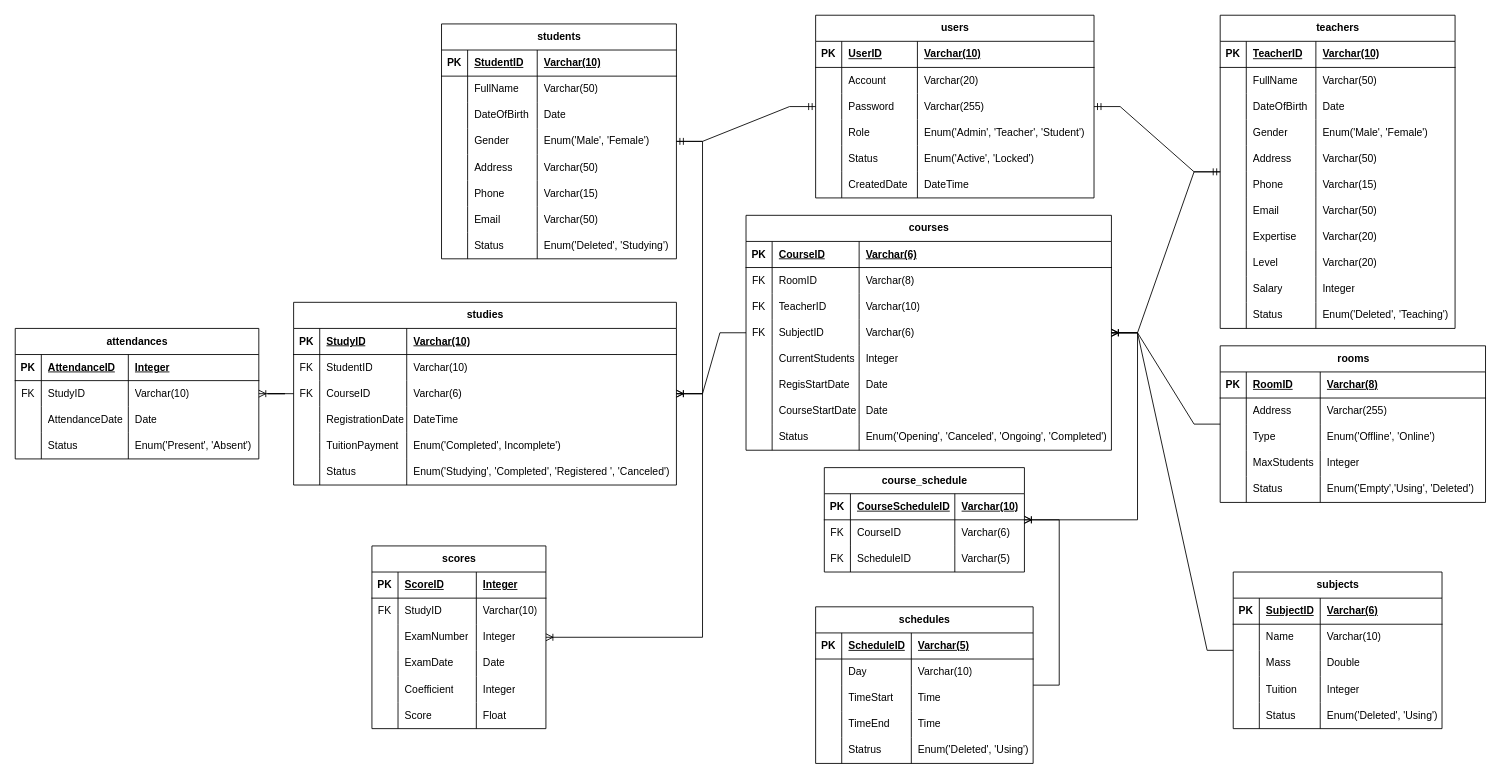
This is page "Page-4" (4 of 4) of Describe/ERD.drawio from DatNT12052003/Project-Database-Lab, a draw.io file, before an edit. Source tidied: cells renumbered, new cells numbered last; positions are measured from the earlier drawing's top-left corner, leaving out a move shared by most shapes. Both pictures are drawn from the tidied source at 87%, with x=0, y=0 at pixel (15, 15).
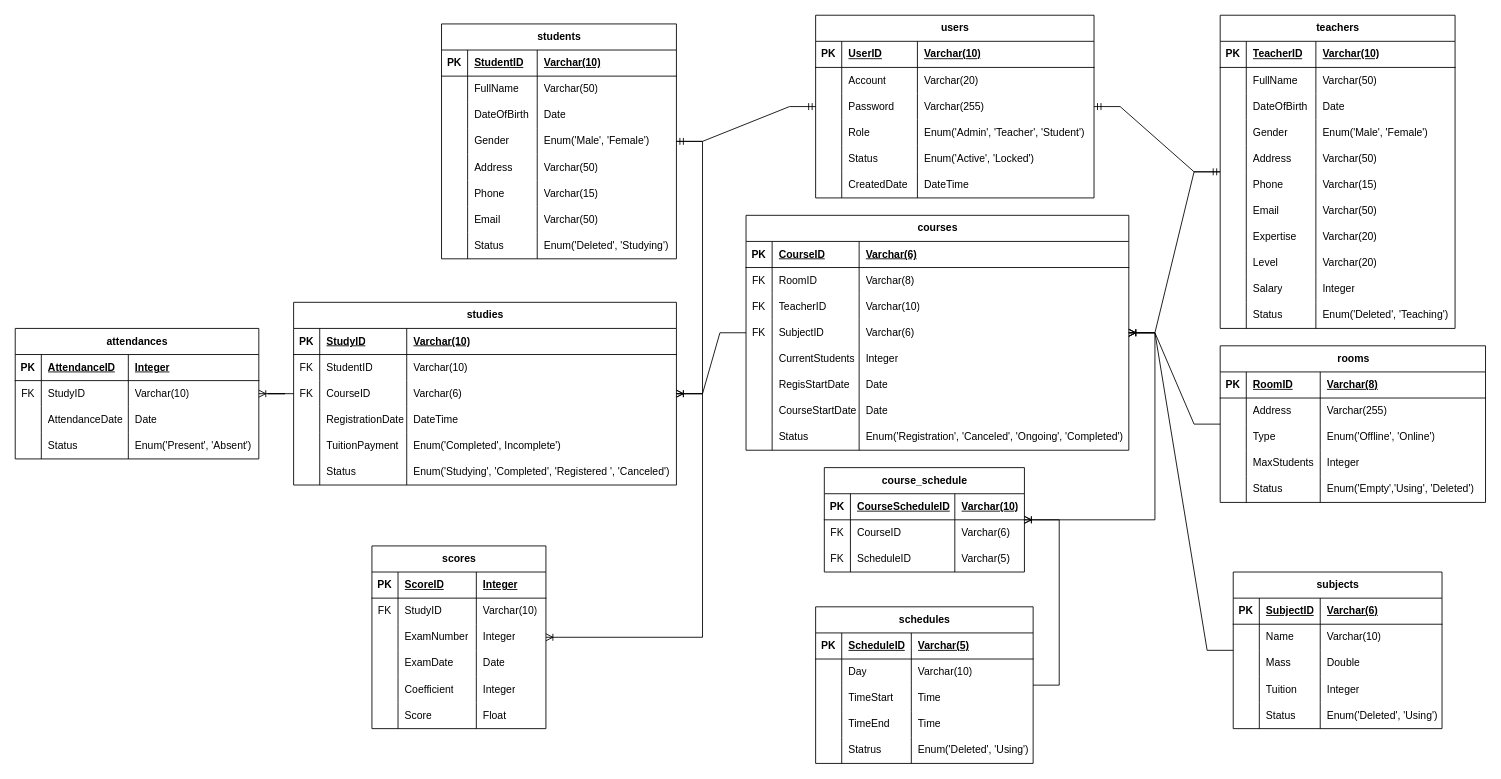
After the change.

Change to the diagram source:
```diff
@@
     <mxCell id="80" value="courses" style="shape=table;startSize=30;childLayout=tableLayout;rowLines=0;fontStyle=1;align=center;html=1;" parent="1" vertex="1">
-      <mxGeometry x="840" y="230" width="420" height="270" as="geometry" />
+      <mxGeometry x="840" y="230" width="440" height="270" as="geometry" />
     </mxCell>
     <mxCell id="81" style="shape=tableRow;horizontal=0;startSize=0;swimlaneHead=0;swimlaneBody=0;fillColor=none;top=0;left=0;right=0;bottom=1;" parent="80" vertex="1">
-      <mxGeometry y="30" width="420" height="30" as="geometry" />
+      <mxGeometry y="30" width="440" height="30" as="geometry" />
     </mxCell>
@@
     <mxCell id="84" value="Varchar(6)" style="shape=partialRectangle;fillColor=none;top=0;left=0;bottom=0;right=0;align=left;spacingLeft=6;fontStyle=5;overflow=hidden;whiteSpace=wrap;html=1;" parent="81" vertex="1">
-      <mxGeometry x="130" width="290" height="30" as="geometry" />
+      <mxGeometry x="130" width="310" height="30" as="geometry" />
     </mxCell>
     <mxCell id="85" style="shape=tableRow;horizontal=0;startSize=0;swimlaneHead=0;swimlaneBody=0;fillColor=none;top=0;left=0;right=0;bottom=0;" parent="80" vertex="1">
-      <mxGeometry y="60" width="420" height="30" as="geometry" />
+      <mxGeometry y="60" width="440" height="30" as="geometry" />
     </mxCell>
@@
     <mxCell id="88" value="Varchar(8)" style="shape=partialRectangle;fillColor=none;top=0;left=0;bottom=0;right=0;align=left;spacingLeft=6;overflow=hidden;whiteSpace=wrap;html=1;" parent="85" vertex="1">
-      <mxGeometry x="130" width="290" height="30" as="geometry" />
+      <mxGeometry x="130" width="310" height="30" as="geometry" />
     </mxCell>
     <mxCell id="89" style="shape=tableRow;horizontal=0;startSize=0;swimlaneHead=0;swimlaneBody=0;fillColor=none;top=0;left=0;right=0;bottom=0;" parent="80" vertex="1">
-      <mxGeometry y="90" width="420" height="30" as="geometry" />
+      <mxGeometry y="90" width="440" height="30" as="geometry" />
     </mxCell>
@@
     <mxCell id="92" value="Varchar(10)" style="shape=partialRectangle;fillColor=none;top=0;left=0;bottom=0;right=0;align=left;spacingLeft=6;overflow=hidden;whiteSpace=wrap;html=1;" parent="89" vertex="1">
-      <mxGeometry x="130" width="290" height="30" as="geometry" />
+      <mxGeometry x="130" width="310" height="30" as="geometry" />
     </mxCell>
     <mxCell id="93" style="shape=tableRow;horizontal=0;startSize=0;swimlaneHead=0;swimlaneBody=0;fillColor=none;top=0;left=0;right=0;bottom=0;" parent="80" vertex="1">
-      <mxGeometry y="120" width="420" height="30" as="geometry" />
+      <mxGeometry y="120" width="440" height="30" as="geometry" />
     </mxCell>
@@
     <mxCell id="96" value="Varchar(6)" style="shape=partialRectangle;fillColor=none;top=0;left=0;bottom=0;right=0;align=left;spacingLeft=6;overflow=hidden;whiteSpace=wrap;html=1;" parent="93" vertex="1">
-      <mxGeometry x="130" width="290" height="30" as="geometry" />
+      <mxGeometry x="130" width="310" height="30" as="geometry" />
     </mxCell>
     <mxCell id="97" style="shape=tableRow;horizontal=0;startSize=0;swimlaneHead=0;swimlaneBody=0;fillColor=none;top=0;left=0;right=0;bottom=0;" parent="80" vertex="1">
-      <mxGeometry y="150" width="420" height="30" as="geometry" />
+      <mxGeometry y="150" width="440" height="30" as="geometry" />
     </mxCell>
@@
     <mxCell id="100" value="Integer" style="shape=partialRectangle;fillColor=none;top=0;left=0;bottom=0;right=0;align=left;spacingLeft=6;overflow=hidden;whiteSpace=wrap;html=1;" parent="97" vertex="1">
-      <mxGeometry x="130" width="290" height="30" as="geometry" />
+      <mxGeometry x="130" width="310" height="30" as="geometry" />
     </mxCell>
     <mxCell id="101" style="shape=tableRow;horizontal=0;startSize=0;swimlaneHead=0;swimlaneBody=0;fillColor=none;top=0;left=0;right=0;bottom=0;" parent="80" vertex="1">
-      <mxGeometry y="180" width="420" height="30" as="geometry" />
+      <mxGeometry y="180" width="440" height="30" as="geometry" />
     </mxCell>
@@
     <mxCell id="104" value="Date" style="shape=partialRectangle;fillColor=none;top=0;left=0;bottom=0;right=0;align=left;spacingLeft=6;overflow=hidden;whiteSpace=wrap;html=1;" parent="101" vertex="1">
-      <mxGeometry x="130" width="290" height="30" as="geometry" />
+      <mxGeometry x="130" width="310" height="30" as="geometry" />
     </mxCell>
     <mxCell id="105" style="shape=tableRow;horizontal=0;startSize=0;swimlaneHead=0;swimlaneBody=0;fillColor=none;top=0;left=0;right=0;bottom=0;" parent="80" vertex="1">
-      <mxGeometry y="210" width="420" height="30" as="geometry" />
+      <mxGeometry y="210" width="440" height="30" as="geometry" />
     </mxCell>
@@
     <mxCell id="108" value="Date" style="shape=partialRectangle;fillColor=none;top=0;left=0;bottom=0;right=0;align=left;spacingLeft=6;overflow=hidden;whiteSpace=wrap;html=1;" parent="105" vertex="1">
-      <mxGeometry x="130" width="290" height="30" as="geometry" />
+      <mxGeometry x="130" width="310" height="30" as="geometry" />
     </mxCell>
     <mxCell id="109" style="shape=tableRow;horizontal=0;startSize=0;swimlaneHead=0;swimlaneBody=0;fillColor=none;top=0;left=0;right=0;bottom=0;" parent="80" vertex="1">
-      <mxGeometry y="240" width="420" height="30" as="geometry" />
+      <mxGeometry y="240" width="440" height="30" as="geometry" />
     </mxCell>
@@
-    <mxCell id="112" value="Enum('Opening', 'Canceled', 'Ongoing', 'Completed')" style="shape=partialRectangle;fillColor=none;top=0;left=0;bottom=0;right=0;align=left;spacingLeft=6;overflow=hidden;whiteSpace=wrap;html=1;" parent="109" vertex="1">
-      <mxGeometry x="130" width="290" height="30" as="geometry" />
+    <mxCell id="112" value="Enum('Registration', 'Canceled', 'Ongoing', 'Completed')" style="shape=partialRectangle;fillColor=none;top=0;left=0;bottom=0;right=0;align=left;spacingLeft=6;overflow=hidden;whiteSpace=wrap;html=1;" parent="109" vertex="1">
+      <mxGeometry x="130" width="310" height="30" as="geometry" />
     </mxCell>
```
